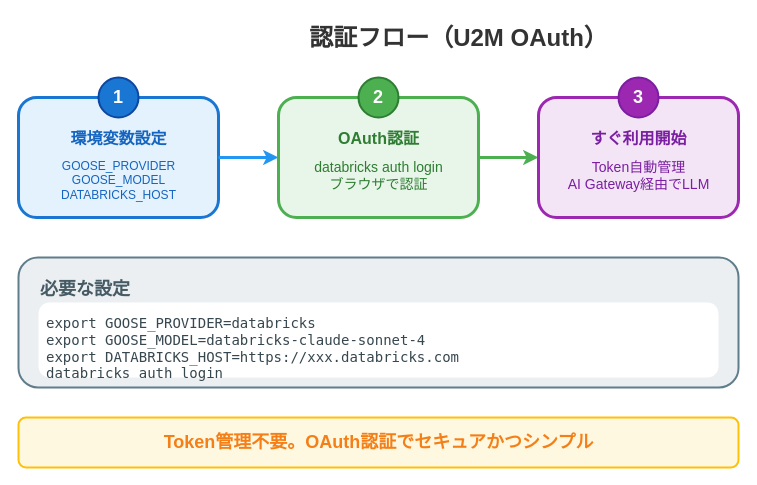
The draw.io diagram assets/2026-01-27-jedai-ai-gateway/auth-flow.drawio in i9wa4/i9wa4.github.io, before the edit. Source tidied: cells renumbered, new cells numbered last; positions are measured from the earlier drawing's top-left corner, leaving out a move shared by most shapes. Both pictures are drawn from the tidied source at 100%, with x=0, y=0 at pixel (18, 17).
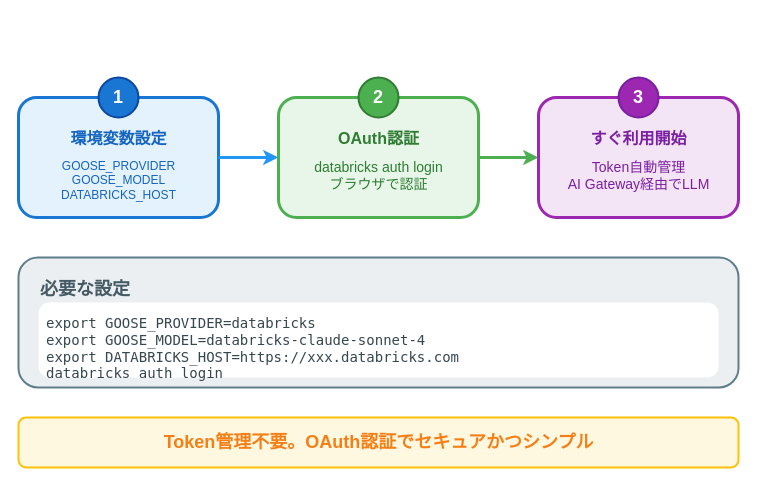
Above is the later version.

The edit, as a diff of the source:
```diff
@@
-    <mxCell id="2" value="認証フロー（U2M OAuth）" style="text;html=1;fontSize=24;fontFamily=Noto Sans JP;fontStyle=1;fontColor=#333333;align=center;" parent="1" vertex="1">
-      <mxGeometry x="190" width="500" height="40" as="geometry" />
-    </mxCell>
```
